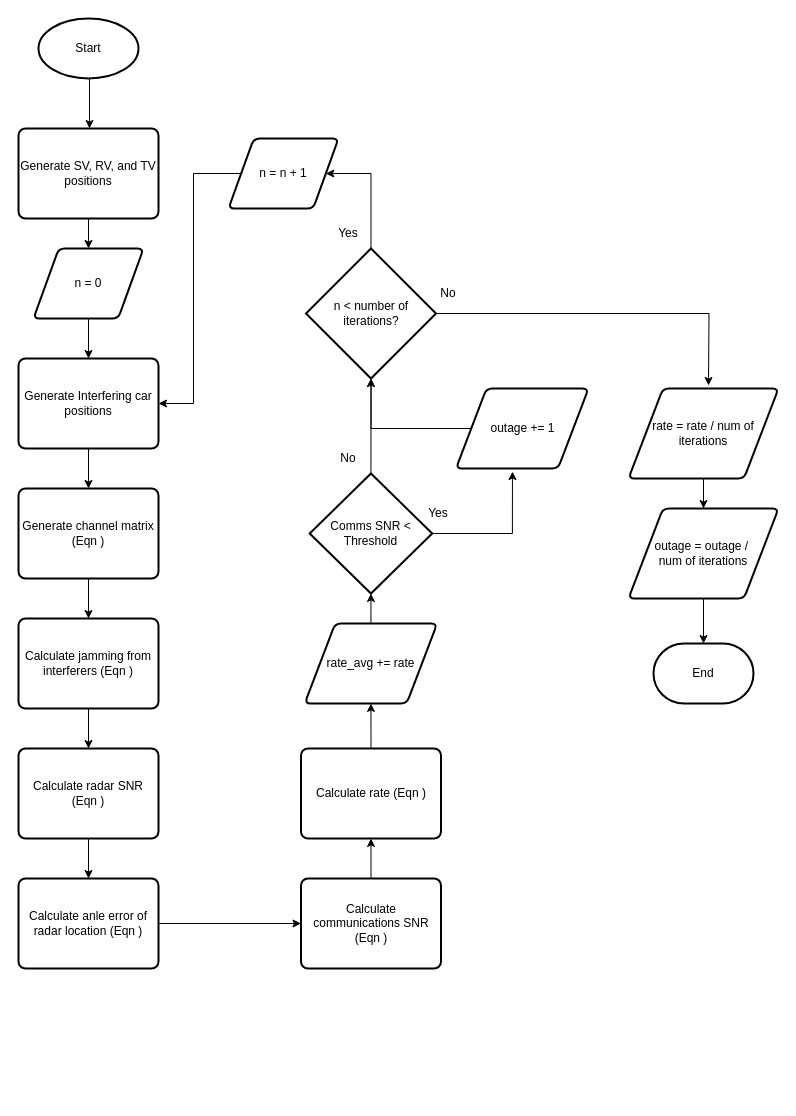
This is Diagrams/simulation model.drawio from Poblato/y3-project, a draw.io file, before an edit. Source tidied: cells renumbered, new cells numbered last; positions are measured from the earlier drawing's top-left corner, leaving out a move shared by most shapes. Both pictures are drawn from the tidied source at 100%, with x=0, y=0 at pixel (18, 18).
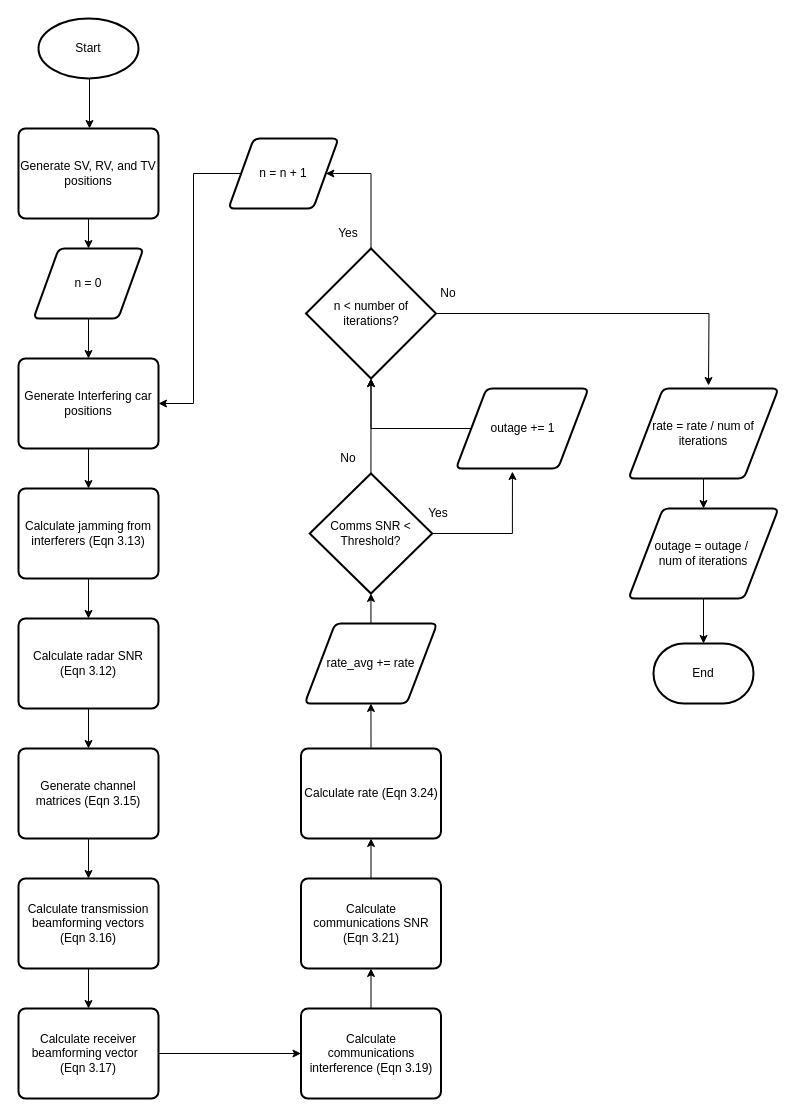
Above is the later version.

Commit message (it also covers changes not shown here):
Update sim model

What changed in the source:
```diff
@@
-    <mxCell id="16" value="Generate channel matrix (Eqn )" style="rounded=1;whiteSpace=wrap;html=1;absoluteArcSize=1;arcSize=14;strokeWidth=2;" parent="1" vertex="1">
+    <mxCell id="16" value="Calculate jamming from interferers (Eqn 3.13)" style="rounded=1;whiteSpace=wrap;html=1;absoluteArcSize=1;arcSize=14;strokeWidth=2;" parent="1" vertex="1">
       <mxGeometry y="470" width="140" height="90" as="geometry" />
     </mxCell>
-    <mxCell id="17" value="Calculate jamming from interferers (Eqn )" style="rounded=1;whiteSpace=wrap;html=1;absoluteArcSize=1;arcSize=14;strokeWidth=2;" parent="1" vertex="1">
+    <mxCell id="17" value="Calculate radar SNR (Eqn 3.12)" style="rounded=1;whiteSpace=wrap;html=1;absoluteArcSize=1;arcSize=14;strokeWidth=2;" parent="1" vertex="1">
       <mxGeometry y="600" width="140" height="90" as="geometry" />
     </mxCell>
-    <mxCell id="18" value="Calculate radar SNR (Eqn )" style="rounded=1;whiteSpace=wrap;html=1;absoluteArcSize=1;arcSize=14;strokeWidth=2;" parent="1" vertex="1">
+    <mxCell id="18" value="&lt;div&gt;Generate channel matrices (Eqn 3.15)&lt;/div&gt;" style="rounded=1;whiteSpace=wrap;html=1;absoluteArcSize=1;arcSize=14;strokeWidth=2;" parent="1" vertex="1">
       <mxGeometry y="730" width="140" height="90" as="geometry" />
     </mxCell>
-    <mxCell id="19" value="Calculate anle error of radar location (Eqn )" style="rounded=1;whiteSpace=wrap;html=1;absoluteArcSize=1;arcSize=14;strokeWidth=2;" parent="1" vertex="1">
+    <mxCell id="19" value="Calculate transmission beamforming vectors (Eqn 3.16)" style="rounded=1;whiteSpace=wrap;html=1;absoluteArcSize=1;arcSize=14;strokeWidth=2;" parent="1" vertex="1">
       <mxGeometry y="860" width="140" height="90" as="geometry" />
     </mxCell>
-    <mxCell id="20" value="Calculate communications SNR (Eqn )" style="rounded=1;whiteSpace=wrap;html=1;absoluteArcSize=1;arcSize=14;strokeWidth=2;" parent="1" vertex="1">
+    <mxCell id="20" value="Calculate communications SNR (Eqn 3.21)" style="rounded=1;whiteSpace=wrap;html=1;absoluteArcSize=1;arcSize=14;strokeWidth=2;" parent="1" vertex="1">
       <mxGeometry x="282.5" y="860" width="140" height="90" as="geometry" />
     </mxCell>
-    <mxCell id="21" value="Calculate rate (Eqn )" style="rounded=1;whiteSpace=wrap;html=1;absoluteArcSize=1;arcSize=14;strokeWidth=2;" parent="1" vertex="1">
+    <mxCell id="21" value="Calculate rate (Eqn 3.24)" style="rounded=1;whiteSpace=wrap;html=1;absoluteArcSize=1;arcSize=14;strokeWidth=2;" parent="1" vertex="1">
       <mxGeometry x="282.5" y="730" width="140" height="90" as="geometry" />
     </mxCell>
-    <mxCell id="22" value="Comms SNR &amp;lt; Threshold" style="strokeWidth=2;html=1;shape=mxgraph.flowchart.decision;whiteSpace=wrap;" parent="1" vertex="1">
+    <mxCell id="22" value="Comms SNR &amp;lt; Threshold?" style="strokeWidth=2;html=1;shape=mxgraph.flowchart.decision;whiteSpace=wrap;" parent="1" vertex="1">
       <mxGeometry x="291.2" y="455" width="122.5" height="120" as="geometry" />
     </mxCell>
@@
-    <mxCell id="30" style="edgeStyle=orthogonalEdgeStyle;rounded=0;jettySize=auto;html=1;exitX=1;exitY=0.5;exitDx=0;exitDy=0;entryX=0;entryY=0.5;entryDx=0;entryDy=0;" parent="1" edge="1" source="19" target="20">
-      <mxGeometry relative="1" as="geometry" />
-    </mxCell>
@@
+    <mxCell id="43" value="Calculate receiver beamforming vector &amp;nbsp; (Eqn 3.17)" style="rounded=1;whiteSpace=wrap;html=1;absoluteArcSize=1;arcSize=14;strokeWidth=2;" parent="1" vertex="1">
+      <mxGeometry y="990" width="140" height="90" as="geometry" />
+    </mxCell>
+    <mxCell id="44" value="Calculate communications interference (Eqn 3.19)" style="rounded=1;whiteSpace=wrap;html=1;absoluteArcSize=1;arcSize=14;strokeWidth=2;" parent="1" vertex="1">
+      <mxGeometry x="282.5" y="990" width="140" height="90" as="geometry" />
+    </mxCell>
+    <mxCell id="45" style="edgeStyle=orthogonalEdgeStyle;rounded=0;jettySize=auto;html=1;exitX=1;exitY=0.5;exitDx=0;exitDy=0;entryX=0;entryY=0.5;entryDx=0;entryDy=0;" parent="1" edge="1" source="43" target="44">
+      <mxGeometry relative="1" as="geometry" />
+    </mxCell>
+    <mxCell id="46" style="edgeStyle=orthogonalEdgeStyle;rounded=0;jettySize=auto;html=1;exitX=0.5;exitY=1;exitDx=0;exitDy=0;entryX=0.5;entryY=0;entryDx=0;entryDy=0;" parent="1" edge="1" source="19" target="43">
+      <mxGeometry relative="1" as="geometry" />
+    </mxCell>
+    <mxCell id="47" style="edgeStyle=orthogonalEdgeStyle;rounded=0;jettySize=auto;html=1;exitX=0.5;exitY=0;exitDx=0;exitDy=0;entryX=0.5;entryY=1;entryDx=0;entryDy=0;" parent="1" edge="1" source="44" target="20">
+      <mxGeometry relative="1" as="geometry" />
+    </mxCell>
```
